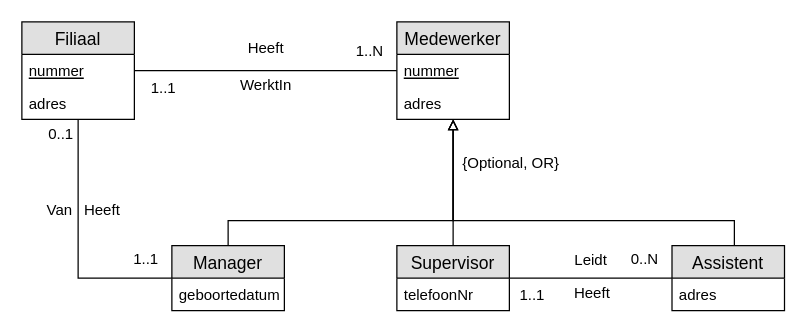
Earlier version of the draw.io diagram workshops/03-EERD/solutions/exercise-1.drawio (HOGENT-Databases/DB1-Workshops). Source tidied: cells renumbered, new cells numbered last; positions are measured from the earlier drawing's top-left corner, leaving out a move shared by most shapes. Both pictures are drawn from the tidied source at 125%, with x=0, y=0 at pixel (21, 21).
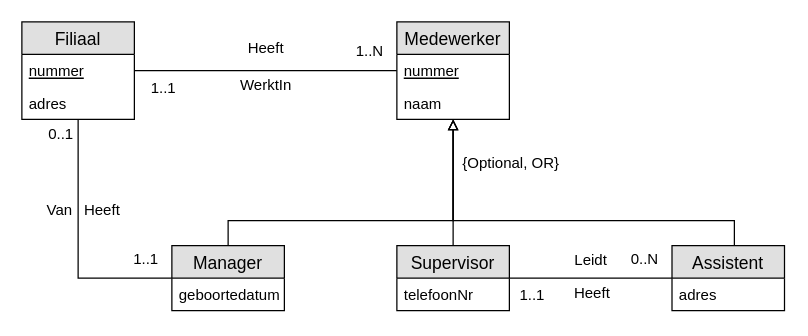
Above is the later version.

Commit message (it also covers changes not shown here):
03 - 01 Fix adres -> naam

Fix Medewerker heeft geen adres, maar wel een naam.

The change refers to these unchanged cells:
```xml
<mxCell id="10" value="Medewerker" style="swimlane;fontStyle=0;horizontal=1;startSize=26;fillColor=#e0e0e0;swimlaneFillColor=#ffffff;align=center;fontSize=14;html=0;" parent="1" vertex="1">
  <mxGeometry x="300" width="90" height="78" as="geometry" />
</mxCell>
```

Diff of the diagram source:
```diff
@@
-    <mxCell id="12" value="adres" style="text;strokeColor=none;fillColor=none;spacingLeft=4;spacingRight=4;overflow=hidden;fontSize=12;" parent="10" vertex="1">
+    <mxCell id="12" value="naam" style="text;strokeColor=none;fillColor=none;spacingLeft=4;spacingRight=4;overflow=hidden;fontSize=12;" parent="10" vertex="1">
       <mxGeometry y="52" width="90" height="26" as="geometry" />
     </mxCell>
```
